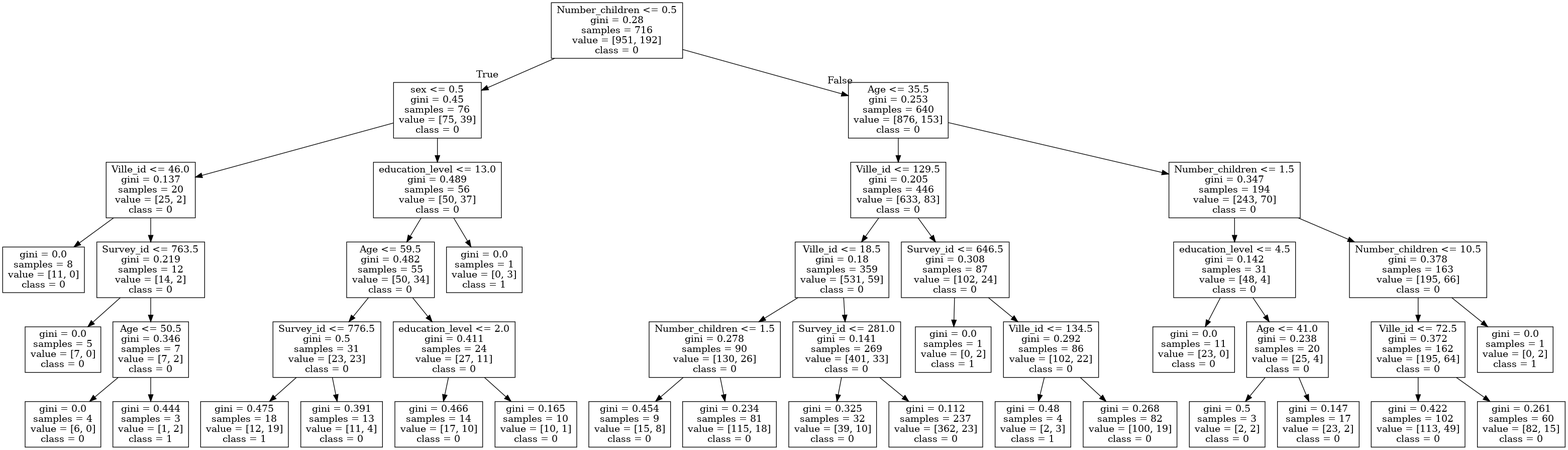
Before: pngs/tree01.png, a diagram exported from Graphviz (IziKodzik/Cart). Its source is kept beside it as pngs/tree01.dot.
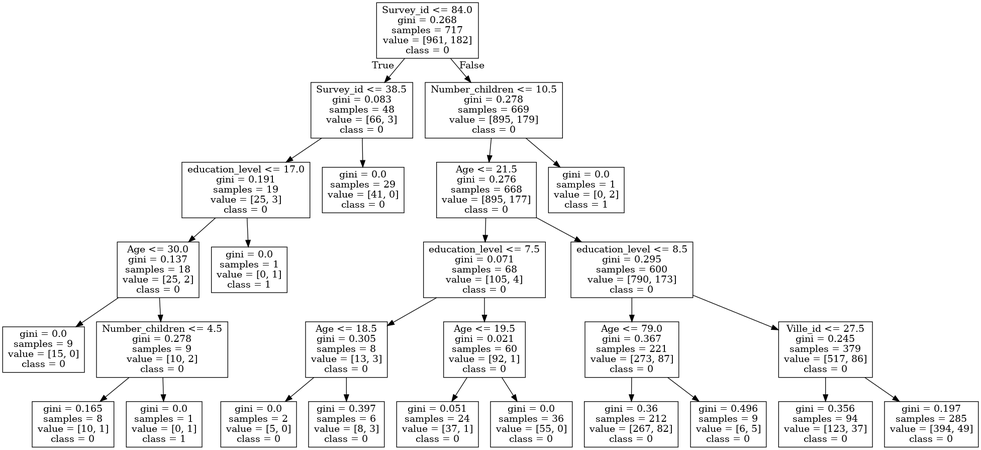
After the change.

Diff of the diagram source:
```diff
@@ -1,88 +1,56 @@
 digraph Tree {
 node [shape=box] ;
-0 [label="Number_children <= 0.5\ngini = 0.28\nsamples = 716\nvalue = [951, 192]\nclass = 0"] ;
-1 [label="sex <= 0.5\ngini = 0.45\nsamples = 76\nvalue = [75, 39]\nclass = 0"] ;
+0 [label="Survey_id <= 84.0\ngini = 0.268\nsamples = 717\nvalue = [961, 182]\nclass = 0"] ;
+1 [label="Survey_id <= 38.5\ngini = 0.083\nsamples = 48\nvalue = [66, 3]\nclass = 0"] ;
 0 -> 1 [labeldistance=2.5, labelangle=45, headlabel="True"] ;
-2 [label="Ville_id <= 46.0\ngini = 0.137\nsamples = 20\nvalue = [25, 2]\nclass = 0"] ;
+2 [label="education_level <= 17.0\ngini = 0.191\nsamples = 19\nvalue = [25, 3]\nclass = 0"] ;
 1 -> 2 ;
-3 [label="gini = 0.0\nsamples = 8\nvalue = [11, 0]\nclass = 0"] ;
+3 [label="Age <= 30.0\ngini = 0.137\nsamples = 18\nvalue = [25, 2]\nclass = 0"] ;
 2 -> 3 ;
-4 [label="Survey_id <= 763.5\ngini = 0.219\nsamples = 12\nvalue = [14, 2]\nclass = 0"] ;
-2 -> 4 ;
-5 [label="gini = 0.0\nsamples = 5\nvalue = [7, 0]\nclass = 0"] ;
-4 -> 5 ;
-6 [label="Age <= 50.5\ngini = 0.346\nsamples = 7\nvalue = [7, 2]\nclass = 0"] ;
-4 -> 6 ;
-7 [label="gini = 0.0\nsamples = 4\nvalue = [6, 0]\nclass = 0"] ;
-6 -> 7 ;
-8 [label="gini = 0.444\nsamples = 3\nvalue = [1, 2]\nclass = 1"] ;
-6 -> 8 ;
-9 [label="education_level <= 13.0\ngini = 0.489\nsamples = 56\nvalue = [50, 37]\nclass = 0"] ;
+4 [label="gini = 0.0\nsamples = 9\nvalue = [15, 0]\nclass = 0"] ;
+3 -> 4 ;
+5 [label="Number_children <= 4.5\ngini = 0.278\nsamples = 9\nvalue = [10, 2]\nclass = 0"] ;
+3 -> 5 ;
+6 [label="gini = 0.165\nsamples = 8\nvalue = [10, 1]\nclass = 0"] ;
+5 -> 6 ;
+7 [label="gini = 0.0\nsamples = 1\nvalue = [0, 1]\nclass = 1"] ;
+5 -> 7 ;
+8 [label="gini = 0.0\nsamples = 1\nvalue = [0, 1]\nclass = 1"] ;
+2 -> 8 ;
+9 [label="gini = 0.0\nsamples = 29\nvalue = [41, 0]\nclass = 0"] ;
 1 -> 9 ;
-10 [label="Age <= 59.5\ngini = 0.482\nsamples = 55\nvalue = [50, 34]\nclass = 0"] ;
-9 -> 10 ;
-11 [label="Survey_id <= 776.5\ngini = 0.5\nsamples = 31\nvalue = [23, 23]\nclass = 0"] ;
+10 [label="Number_children <= 10.5\ngini = 0.278\nsamples = 669\nvalue = [895, 179]\nclass = 0"] ;
+0 -> 10 [labeldistance=2.5, labelangle=-45, headlabel="False"] ;
+11 [label="Age <= 21.5\ngini = 0.276\nsamples = 668\nvalue = [895, 177]\nclass = 0"] ;
 10 -> 11 ;
-12 [label="gini = 0.475\nsamples = 18\nvalue = [12, 19]\nclass = 1"] ;
+12 [label="education_level <= 7.5\ngini = 0.071\nsamples = 68\nvalue = [105, 4]\nclass = 0"] ;
 11 -> 12 ;
-13 [label="gini = 0.391\nsamples = 13\nvalue = [11, 4]\nclass = 0"] ;
-11 -> 13 ;
-14 [label="education_level <= 2.0\ngini = 0.411\nsamples = 24\nvalue = [27, 11]\nclass = 0"] ;
-10 -> 14 ;
-15 [label="gini = 0.466\nsamples = 14\nvalue = [17, 10]\nclass = 0"] ;
-14 -> 15 ;
-16 [label="gini = 0.165\nsamples = 10\nvalue = [10, 1]\nclass = 0"] ;
-14 -> 16 ;
-17 [label="gini = 0.0\nsamples = 1\nvalue = [0, 3]\nclass = 1"] ;
-9 -> 17 ;
-18 [label="Age <= 35.5\ngini = 0.253\nsamples = 640\nvalue = [876, 153]\nclass = 0"] ;
-0 -> 18 [labeldistance=2.5, labelangle=-45, headlabel="False"] ;
-19 [label="Ville_id <= 129.5\ngini = 0.205\nsamples = 446\nvalue = [633, 83]\nclass = 0"] ;
-18 -> 19 ;
-20 [label="Ville_id <= 18.5\ngini = 0.18\nsamples = 359\nvalue = [531, 59]\nclass = 0"] ;
+13 [label="Age <= 18.5\ngini = 0.305\nsamples = 8\nvalue = [13, 3]\nclass = 0"] ;
+12 -> 13 ;
+14 [label="gini = 0.0\nsamples = 2\nvalue = [5, 0]\nclass = 0"] ;
+13 -> 14 ;
+15 [label="gini = 0.397\nsamples = 6\nvalue = [8, 3]\nclass = 0"] ;
+13 -> 15 ;
+16 [label="Age <= 19.5\ngini = 0.021\nsamples = 60\nvalue = [92, 1]\nclass = 0"] ;
+12 -> 16 ;
+17 [label="gini = 0.051\nsamples = 24\nvalue = [37, 1]\nclass = 0"] ;
+16 -> 17 ;
+18 [label="gini = 0.0\nsamples = 36\nvalue = [55, 0]\nclass = 0"] ;
+16 -> 18 ;
+19 [label="education_level <= 8.5\ngini = 0.295\nsamples = 600\nvalue = [790, 173]\nclass = 0"] ;
+11 -> 19 ;
+20 [label="Age <= 79.0\ngini = 0.367\nsamples = 221\nvalue = [273, 87]\nclass = 0"] ;
 19 -> 20 ;
-21 [label="Number_children <= 1.5\ngini = 0.278\nsamples = 90\nvalue = [130, 26]\nclass = 0"] ;
+21 [label="gini = 0.36\nsamples = 212\nvalue = [267, 82]\nclass = 0"] ;
 20 -> 21 ;
-22 [label="gini = 0.454\nsamples = 9\nvalue = [15, 8]\nclass = 0"] ;
-21 -> 22 ;
-23 [label="gini = 0.234\nsamples = 81\nvalue = [115, 18]\nclass = 0"] ;
-21 -> 23 ;
-24 [label="Survey_id <= 281.0\ngini = 0.141\nsamples = 269\nvalue = [401, 33]\nclass = 0"] ;
-20 -> 24 ;
-25 [label="gini = 0.325\nsamples = 32\nvalue = [39, 10]\nclass = 0"] ;
-24 -> 25 ;
-26 [label="gini = 0.112\nsamples = 237\nvalue = [362, 23]\nclass = 0"] ;
-24 -> 26 ;
-27 [label="Survey_id <= 646.5\ngini = 0.308\nsamples = 87\nvalue = [102, 24]\nclass = 0"] ;
-19 -> 27 ;
-28 [label="gini = 0.0\nsamples = 1\nvalue = [0, 2]\nclass = 1"] ;
-27 -> 28 ;
-29 [label="Ville_id <= 134.5\ngini = 0.292\nsamples = 86\nvalue = [102, 22]\nclass = 0"] ;
-27 -> 29 ;
-30 [label="gini = 0.48\nsamples = 4\nvalue = [2, 3]\nclass = 1"] ;
-29 -> 30 ;
-31 [label="gini = 0.268\nsamples = 82\nvalue = [100, 19]\nclass = 0"] ;
-29 -> 31 ;
-32 [label="Number_children <= 1.5\ngini = 0.347\nsamples = 194\nvalue = [243, 70]\nclass = 0"] ;
-18 -> 32 ;
-33 [label="education_level <= 4.5\ngini = 0.142\nsamples = 31\nvalue = [48, 4]\nclass = 0"] ;
-32 -> 33 ;
-34 [label="gini = 0.0\nsamples = 11\nvalue = [23, 0]\nclass = 0"] ;
-33 -> 34 ;
-35 [label="Age <= 41.0\ngini = 0.238\nsamples = 20\nvalue = [25, 4]\nclass = 0"] ;
-33 -> 35 ;
-36 [label="gini = 0.5\nsamples = 3\nvalue = [2, 2]\nclass = 0"] ;
-35 -> 36 ;
-37 [label="gini = 0.147\nsamples = 17\nvalue = [23, 2]\nclass = 0"] ;
-35 -> 37 ;
-38 [label="Number_children <= 10.5\ngini = 0.378\nsamples = 163\nvalue = [195, 66]\nclass = 0"] ;
-32 -> 38 ;
-39 [label="Ville_id <= 72.5\ngini = 0.372\nsamples = 162\nvalue = [195, 64]\nclass = 0"] ;
-38 -> 39 ;
-40 [label="gini = 0.422\nsamples = 102\nvalue = [113, 49]\nclass = 0"] ;
-39 -> 40 ;
-41 [label="gini = 0.261\nsamples = 60\nvalue = [82, 15]\nclass = 0"] ;
-39 -> 41 ;
-42 [label="gini = 0.0\nsamples = 1\nvalue = [0, 2]\nclass = 1"] ;
-38 -> 42 ;
+22 [label="gini = 0.496\nsamples = 9\nvalue = [6, 5]\nclass = 0"] ;
+20 -> 22 ;
+23 [label="Ville_id <= 27.5\ngini = 0.245\nsamples = 379\nvalue = [517, 86]\nclass = 0"] ;
+19 -> 23 ;
+24 [label="gini = 0.356\nsamples = 94\nvalue = [123, 37]\nclass = 0"] ;
+23 -> 24 ;
+25 [label="gini = 0.197\nsamples = 285\nvalue = [394, 49]\nclass = 0"] ;
+23 -> 25 ;
+26 [label="gini = 0.0\nsamples = 1\nvalue = [0, 2]\nclass = 1"] ;
+10 -> 26 ;
 }
```
